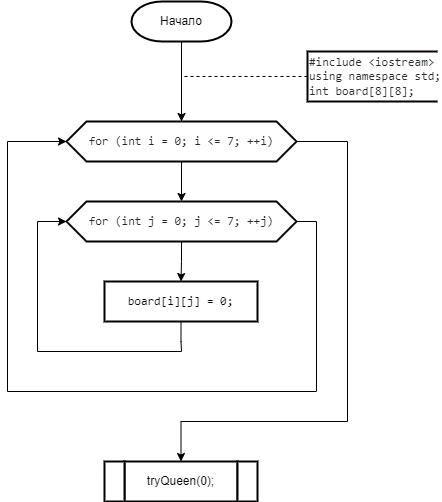
This is 2 Семестр/Labs/1 Лаба(8 ферзей)/8 ферзей.png from IlyaFedoseev227/LABS-PNRPU-IVT-22-1b, a draw.io export, as it was before one commit. Source tidied: cells renumbered, new cells last; positions are measured from the earlier drawing's top-left corner, leaving out a move shared by most shapes.
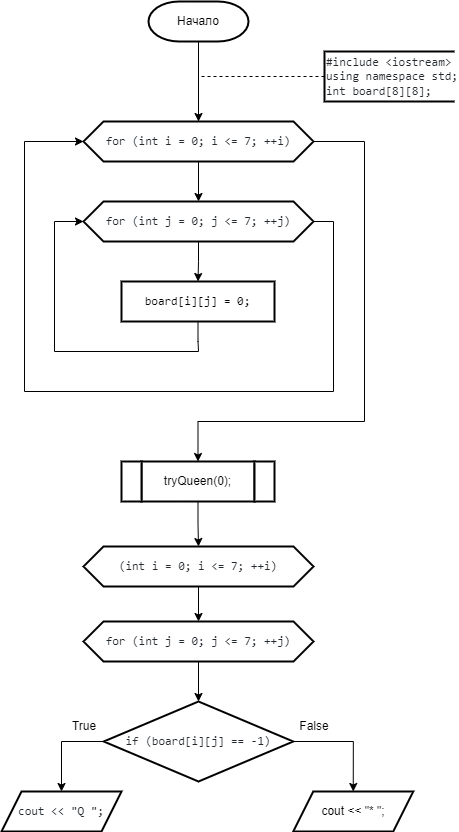
The same file after the commit.

The edit, as a diff of the source:
```diff
@@ -58,6 +58,9 @@
     <mxCell id="13" value="&lt;div style=&quot;text-align: start;&quot;&gt;&lt;font face=&quot;ui-monospace, SFMono-Regular, SF Mono, Menlo, Consolas, Liberation Mono, monospace&quot;&gt;board[i][j] = 0;&lt;/font&gt;&lt;br&gt;&lt;/div&gt;" style="shape=parallelogram;perimeter=parallelogramPerimeter;whiteSpace=wrap;html=1;fixedSize=1;strokeWidth=2;size=-6;" parent="1" vertex="1">
       <mxGeometry x="97" y="280" width="153" height="40" as="geometry" />
     </mxCell>
+    <mxCell id="17" style="edgeStyle=orthogonalEdgeStyle;rounded=0;jettySize=auto;html=1;exitX=0.5;exitY=1;exitDx=0;exitDy=0;entryX=0.5;entryY=0;entryDx=0;entryDy=0;" parent="1" edge="1" source="14" target="19">
+      <mxGeometry relative="1" as="geometry" />
+    </mxCell>
     <mxCell id="14" value="tryQueen(0);" style="shape=parallelogram;perimeter=parallelogramPerimeter;whiteSpace=wrap;html=1;fixedSize=1;strokeWidth=2;size=-6;" parent="1" vertex="1">
       <mxGeometry x="117" y="460" width="113" height="40" as="geometry" />
     </mxCell>
@@ -67,5 +70,38 @@
     <mxCell id="16" style="shape=parallelogram;perimeter=parallelogramPerimeter;whiteSpace=wrap;html=1;fixedSize=1;strokeWidth=2;size=-6;" parent="1" vertex="1">
       <mxGeometry x="97" y="460" width="20" height="40" as="geometry" />
     </mxCell>
+    <mxCell id="18" style="edgeStyle=orthogonalEdgeStyle;rounded=0;jettySize=auto;html=1;exitX=0.5;exitY=1;exitDx=0;exitDy=0;" parent="1" edge="1" source="19" target="21">
+      <mxGeometry relative="1" as="geometry" />
+    </mxCell>
+    <mxCell id="19" value="&lt;div style=&quot;text-align: start;&quot;&gt;&lt;font face=&quot;ui-monospace, SFMono-Regular, SF Mono, Menlo, Consolas, Liberation Mono, monospace&quot; color=&quot;#24292f&quot;&gt;(int i = 0; i &amp;lt;= 7; ++i)&lt;/font&gt;&lt;br&gt;&lt;/div&gt;" style="shape=hexagon;perimeter=hexagonPerimeter2;whiteSpace=wrap;html=1;fixedSize=1;strokeWidth=2;" parent="1" vertex="1">
+      <mxGeometry x="59" y="545" width="230" height="40" as="geometry" />
+    </mxCell>
+    <mxCell id="20" style="edgeStyle=orthogonalEdgeStyle;rounded=0;jettySize=auto;html=1;exitX=0.5;exitY=1;exitDx=0;exitDy=0;entryX=0.5;entryY=0;entryDx=0;entryDy=0;" parent="1" edge="1" source="21" target="24">
+      <mxGeometry relative="1" as="geometry" />
+    </mxCell>
+    <mxCell id="21" value="&lt;div style=&quot;text-align: start;&quot;&gt;&lt;font face=&quot;ui-monospace, SFMono-Regular, SF Mono, Menlo, Consolas, Liberation Mono, monospace&quot; color=&quot;#24292f&quot;&gt;for (int j = 0; j &amp;lt;= 7; ++j)&lt;/font&gt;&lt;br&gt;&lt;/div&gt;" style="shape=hexagon;perimeter=hexagonPerimeter2;whiteSpace=wrap;html=1;fixedSize=1;strokeWidth=2;" parent="1" vertex="1">
+      <mxGeometry x="59" y="620" width="230" height="40" as="geometry" />
+    </mxCell>
+    <mxCell id="22" style="edgeStyle=orthogonalEdgeStyle;rounded=0;jettySize=auto;html=1;exitX=0;exitY=0.5;exitDx=0;exitDy=0;entryX=0.5;entryY=0;entryDx=0;entryDy=0;" parent="1" edge="1" source="24" target="27">
+      <mxGeometry relative="1" as="geometry" />
+    </mxCell>
+    <mxCell id="23" style="edgeStyle=orthogonalEdgeStyle;rounded=0;jettySize=auto;html=1;exitX=1;exitY=0.5;exitDx=0;exitDy=0;entryX=0.5;entryY=0;entryDx=0;entryDy=0;" parent="1" edge="1" source="24" target="28">
+      <mxGeometry relative="1" as="geometry" />
+    </mxCell>
+    <mxCell id="24" value="&lt;div style=&quot;text-align: start;&quot;&gt;&lt;font face=&quot;ui-monospace, SFMono-Regular, SF Mono, Menlo, Consolas, Liberation Mono, monospace&quot; color=&quot;#24292f&quot;&gt;if (board[i][j] == -1)&lt;/font&gt;&lt;br&gt;&lt;/div&gt;" style="rhombus;whiteSpace=wrap;html=1;strokeWidth=2;" parent="1" vertex="1">
+      <mxGeometry x="79.2" y="700" width="189.5" height="80" as="geometry" />
+    </mxCell>
+    <mxCell id="25" value="True" style="text;html=1;strokeColor=none;fillColor=none;align=center;verticalAlign=middle;whiteSpace=wrap;rounded=0;strokeWidth=2;" parent="1" vertex="1">
+      <mxGeometry x="30" y="710" width="60" height="30" as="geometry" />
+    </mxCell>
+    <mxCell id="26" value="False" style="text;html=1;strokeColor=none;fillColor=none;align=center;verticalAlign=middle;whiteSpace=wrap;rounded=0;strokeWidth=2;" parent="1" vertex="1">
+      <mxGeometry x="260" y="710" width="60" height="30" as="geometry" />
+    </mxCell>
+    <mxCell id="27" value="&lt;div style=&quot;text-align: start;&quot;&gt;&lt;font face=&quot;ui-monospace, SFMono-Regular, SF Mono, Menlo, Consolas, Liberation Mono, monospace&quot; color=&quot;#24292f&quot;&gt;cout &amp;lt;&amp;lt; &quot;Q &quot;;&lt;/font&gt;&lt;br&gt;&lt;/div&gt;" style="shape=parallelogram;perimeter=parallelogramPerimeter;whiteSpace=wrap;html=1;fixedSize=1;strokeWidth=2;size=20;" parent="1" vertex="1">
+      <mxGeometry x="-23" y="790" width="120" height="40" as="geometry" />
+    </mxCell>
+    <mxCell id="28" value="cout &lt;&lt; &quot;* &quot;;" style="shape=parallelogram;perimeter=parallelogramPerimeter;whiteSpace=wrap;html=1;fixedSize=1;strokeWidth=2;size=20;" parent="1" vertex="1">
+      <mxGeometry x="268.8" y="790" width="120" height="40" as="geometry" />
+    </mxCell>
   </root>
 </mxGraphModel>
```
